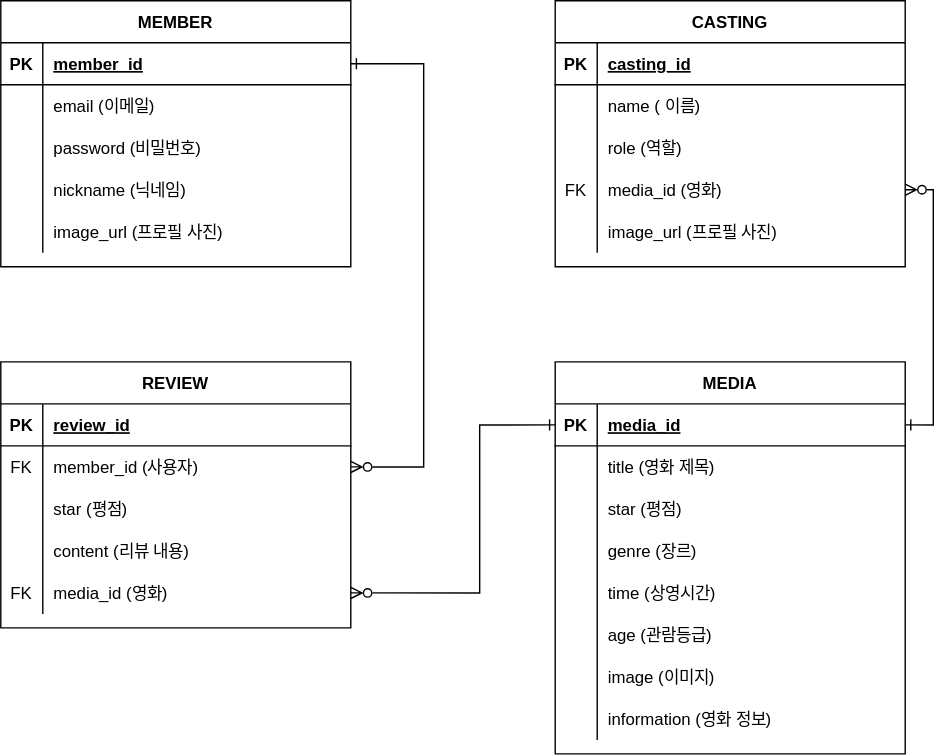
The draw.io diagram ERD.drawio.svg in mansooonuna/ATCHA-clone-BE, before a commit. Source tidied: cells renumbered, new cells last; positions are measured from the earlier drawing's top-left corner, leaving out a move shared by most shapes.
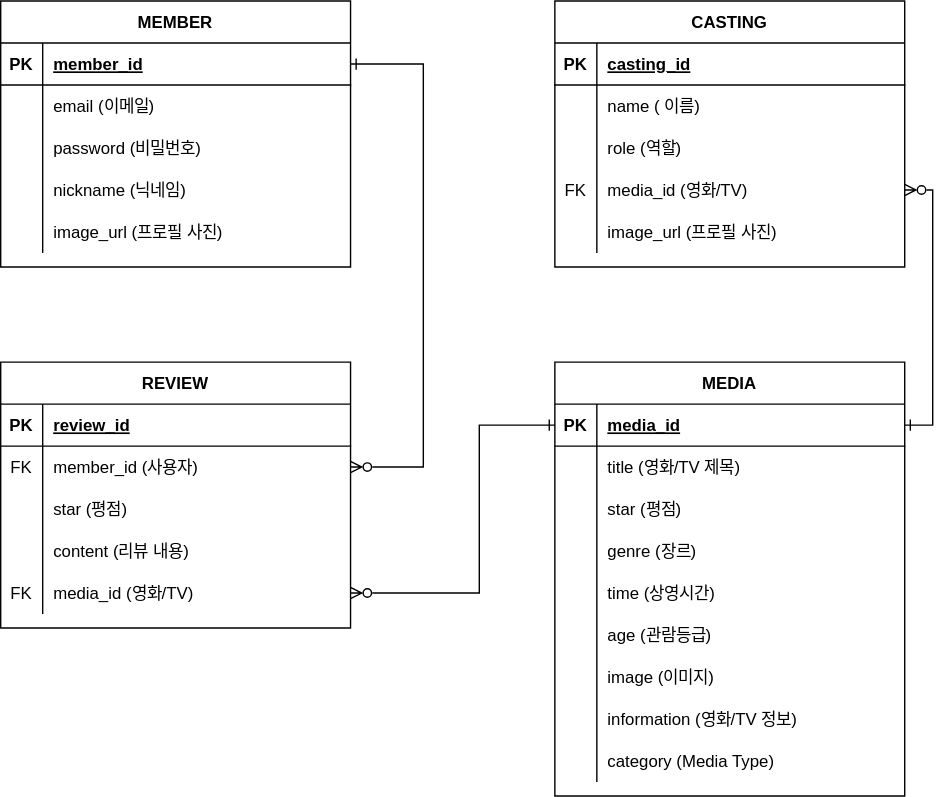
After the change.

The edit, as a diff of the source:
```diff
@@ -3,7 +3,7 @@
     <mxCell id="0" />
     <mxCell id="1" parent="0" />
     <mxCell id="2" value="MEDIA" style="shape=table;startSize=30;rowLines=0;fontStyle=1;align=center;" parent="1" vertex="1">
-      <mxGeometry x="396" y="258" width="250" height="280" as="geometry" />
+      <mxGeometry x="396" y="258" width="250" height="310" as="geometry" />
     </mxCell>
     <mxCell id="3" style="shape=partialRectangle;fillColor=none;points=[[0,0.5],[1,0.5]];portConstraint=eastwest;top=0;left=0;right=0;bottom=1;" parent="2" vertex="1">
       <mxGeometry y="30" width="250" height="30" as="geometry" />
@@ -20,7 +20,7 @@
     <mxCell id="7" style="shape=partialRectangle;overflow=hidden;fillColor=none;top=0;left=0;bottom=0;right=0;" parent="6" vertex="1">
       <mxGeometry width="30" height="30" as="geometry" />
     </mxCell>
-    <mxCell id="8" value="title (영화 제목)" style="shape=partialRectangle;overflow=hidden;fillColor=none;top=0;left=0;bottom=0;right=0;align=left;spacingLeft=6;" parent="6" vertex="1">
+    <mxCell id="8" value="title (영화/TV 제목)" style="shape=partialRectangle;overflow=hidden;fillColor=none;top=0;left=0;bottom=0;right=0;align=left;spacingLeft=6;" parent="6" vertex="1">
       <mxGeometry x="30" width="220" height="30" as="geometry" />
     </mxCell>
     <mxCell id="9" style="shape=partialRectangle;fillColor=none;top=0;left=0;right=0;bottom=0;" parent="2" vertex="1">
@@ -74,9 +74,18 @@
     <mxCell id="25" style="shape=partialRectangle;overflow=hidden;fillColor=none;top=0;left=0;bottom=0;right=0;" parent="24" vertex="1">
       <mxGeometry width="30" height="30" as="geometry" />
     </mxCell>
-    <mxCell id="26" value="information (영화 정보)" style="shape=partialRectangle;overflow=hidden;fillColor=none;top=0;left=0;bottom=0;right=0;align=left;spacingLeft=6;" parent="24" vertex="1">
+    <mxCell id="26" value="information (영화/TV 정보)" style="shape=partialRectangle;overflow=hidden;fillColor=none;top=0;left=0;bottom=0;right=0;align=left;spacingLeft=6;" parent="24" vertex="1">
       <mxGeometry x="30" width="220" height="30" as="geometry" />
     </mxCell>
+    <mxCell id="78" style="shape=partialRectangle;fillColor=none;top=0;left=0;right=0;bottom=0;" parent="2" vertex="1">
+      <mxGeometry y="270" width="250" height="30" as="geometry" />
+    </mxCell>
+    <mxCell id="79" style="shape=partialRectangle;overflow=hidden;fillColor=none;top=0;left=0;bottom=0;right=0;" parent="78" vertex="1">
+      <mxGeometry width="30" height="30" as="geometry" />
+    </mxCell>
+    <mxCell id="80" value="category (Media Type)" style="shape=partialRectangle;overflow=hidden;fillColor=none;top=0;left=0;bottom=0;right=0;align=left;spacingLeft=6;" parent="78" vertex="1">
+      <mxGeometry x="30" width="220" height="30" as="geometry" />
+    </mxCell>
     <mxCell id="27" value="MEMBER" style="shape=table;startSize=30;rowLines=0;fontStyle=1;align=center;" parent="1" vertex="1">
       <mxGeometry width="250" height="190" as="geometry" />
     </mxCell>
@@ -170,7 +179,7 @@
     <mxCell id="57" value="FK" style="shape=partialRectangle;overflow=hidden;fillColor=none;top=0;left=0;bottom=0;right=0;" parent="56" vertex="1">
       <mxGeometry width="30" height="30" as="geometry" />
     </mxCell>
-    <mxCell id="58" value="media_id (영화)" style="shape=partialRectangle;overflow=hidden;fillColor=none;top=0;left=0;bottom=0;right=0;align=left;spacingLeft=6;" parent="56" vertex="1">
+    <mxCell id="58" value="media_id (영화/TV)" style="shape=partialRectangle;overflow=hidden;fillColor=none;top=0;left=0;bottom=0;right=0;align=left;spacingLeft=6;" parent="56" vertex="1">
       <mxGeometry x="30" width="220" height="30" as="geometry" />
     </mxCell>
     <mxCell id="59" value="CASTING" style="shape=table;startSize=30;rowLines=0;fontStyle=1;align=center;" parent="1" vertex="1">
@@ -209,7 +218,7 @@
     <mxCell id="70" value="FK" style="shape=partialRectangle;overflow=hidden;fillColor=none;top=0;left=0;bottom=0;right=0;" parent="69" vertex="1">
       <mxGeometry width="30" height="30" as="geometry" />
     </mxCell>
-    <mxCell id="71" value="media_id (영화)" style="shape=partialRectangle;overflow=hidden;fillColor=none;top=0;left=0;bottom=0;right=0;align=left;spacingLeft=6;" parent="69" vertex="1">
+    <mxCell id="71" value="media_id (영화/TV)" style="shape=partialRectangle;overflow=hidden;fillColor=none;top=0;left=0;bottom=0;right=0;align=left;spacingLeft=6;" parent="69" vertex="1">
       <mxGeometry x="30" width="220" height="30" as="geometry" />
     </mxCell>
     <mxCell id="72" style="shape=partialRectangle;fillColor=none;top=0;left=0;right=0;bottom=0;" parent="59" vertex="1">
```
